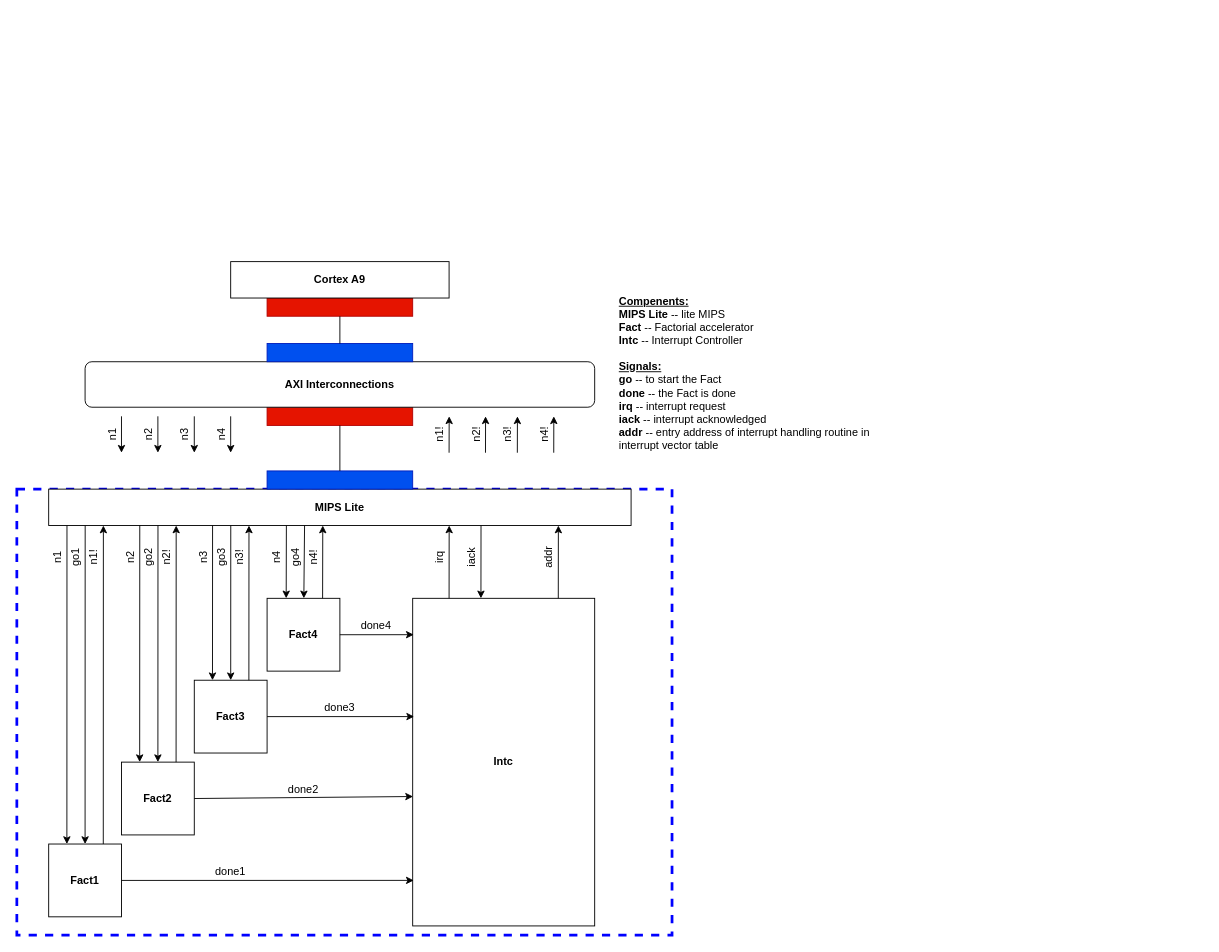
Before: page "Top Level Block Diagram (4 FACT)" (1 of 5) of CMPE297-1_Group3_BlockDiagram.drawio in teilairwin/CMPE_297-1_CourseProject, a draw.io diagram. Source tidied: cells renumbered, new cells numbered last; positions are measured from the earlier drawing's top-left corner, leaving out a move shared by most shapes. Both pictures are drawn from the tidied source at 91%, with x=0, y=0 at pixel (16, 261).
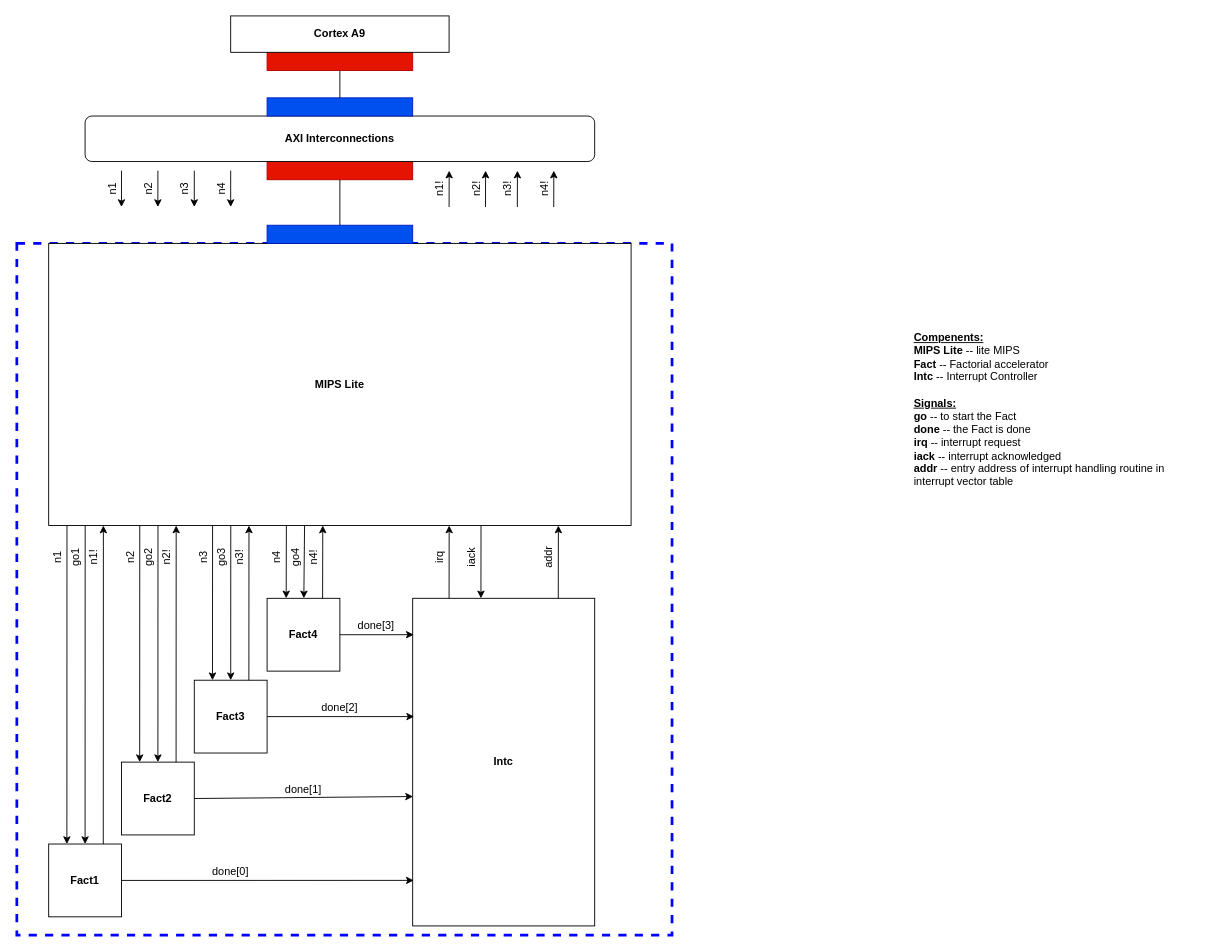
After the change.

Diff of the diagram source:
```diff
@@
     <mxCell id="2" style="rounded=0;whiteSpace=wrap;html=1;dashed=1;strokeColor=#0000FF;strokeWidth=3;" parent="1" vertex="1">
-      <mxGeometry y="250" width="720" height="490" as="geometry" />
+      <mxGeometry y="-20" width="720" height="760" as="geometry" />
     </mxCell>
     <mxCell id="3" value="MIPS Lite" style="rounded=0;whiteSpace=wrap;html=1;fontStyle=1;" parent="1" vertex="1">
-      <mxGeometry x="35" y="250" width="640" height="40" as="geometry" />
+      <mxGeometry x="35" y="-20" width="640" height="310" as="geometry" />
     </mxCell>
@@
     <mxCell id="11" style="rounded=0;whiteSpace=wrap;html=1;fillColor=#0050ef;strokeColor=#001DBC;fontColor=#ffffff;" parent="1" vertex="1">
-      <mxGeometry x="275" y="230" width="160" height="20" as="geometry" />
+      <mxGeometry x="275" y="-40" width="160" height="20" as="geometry" />
     </mxCell>
     <mxCell id="12" style="rounded=0;whiteSpace=wrap;html=1;fillColor=#e51400;strokeColor=#B20000;fontColor=#ffffff;" parent="1" vertex="1">
-      <mxGeometry x="275" y="160" width="160" height="20" as="geometry" />
+      <mxGeometry x="275" y="-110" width="160" height="20" as="geometry" />
     </mxCell>
@@
-    <mxCell id="18" value="done1" style="text;html=1;strokeColor=none;fillColor=none;align=center;verticalAlign=middle;whiteSpace=wrap;rounded=0;rotation=0;" parent="1" vertex="1">
+    <mxCell id="18" value="done[0]" style="text;html=1;strokeColor=none;fillColor=none;align=center;verticalAlign=middle;whiteSpace=wrap;rounded=0;rotation=0;" parent="1" vertex="1">
       <mxGeometry x="215" y="660" width="40" height="20" as="geometry" />
     </mxCell>
     <mxCell id="19" value="AXI Interconnections" style="rounded=1;whiteSpace=wrap;html=1;fontStyle=1;" parent="1" vertex="1">
-      <mxGeometry x="75" y="110" width="560" height="50" as="geometry" />
+      <mxGeometry x="75" y="-160" width="560" height="50" as="geometry" />
     </mxCell>
@@
     <mxCell id="21" style="rounded=0;whiteSpace=wrap;html=1;fillColor=#0050ef;strokeColor=#001DBC;fontColor=#ffffff;" parent="1" vertex="1">
-      <mxGeometry x="275" y="90" width="160" height="20" as="geometry" />
+      <mxGeometry x="275" y="-180" width="160" height="20" as="geometry" />
     </mxCell>
     <mxCell id="22" style="rounded=0;whiteSpace=wrap;html=1;fillColor=#e51400;strokeColor=#B20000;fontColor=#ffffff;" parent="1" vertex="1">
-      <mxGeometry x="275" y="40" width="160" height="20" as="geometry" />
+      <mxGeometry x="275" y="-230" width="160" height="20" as="geometry" />
     </mxCell>
@@
     <mxCell id="24" value="Cortex A9" style="rounded=0;whiteSpace=wrap;html=1;fontStyle=1;" parent="1" vertex="1">
-      <mxGeometry x="235" width="240" height="40" as="geometry" />
+      <mxGeometry x="235" y="-270" width="240" height="40" as="geometry" />
     </mxCell>
     <mxCell id="25" style="endArrow=classic;html=1;exitX=1;exitY=1;exitDx=0;exitDy=0;" parent="1" edge="1" source="26">
       <mxGeometry relative="1" as="geometry">
-        <mxPoint x="115" y="210" as="targetPoint" />
+        <mxPoint x="115" y="-60" as="targetPoint" />
       </mxGeometry>
     </mxCell>
     <mxCell id="26" value="n1" style="text;html=1;strokeColor=none;fillColor=none;align=center;verticalAlign=middle;whiteSpace=wrap;rounded=0;rotation=-90;" parent="1" vertex="1">
-      <mxGeometry x="85" y="180" width="40" height="20" as="geometry" />
+      <mxGeometry x="85" y="-90" width="40" height="20" as="geometry" />
     </mxCell>
     <mxCell id="27" style="endArrow=classic;html=1;entryX=0.214;entryY=0;entryDx=0;entryDy=0;entryPerimeter=0;exitX=0;exitY=1;exitDx=0;exitDy=0;" parent="1" edge="1" source="28">
       <mxGeometry relative="1" as="geometry">
-        <mxPoint x="475.1" y="170" as="targetPoint" />
+        <mxPoint x="475.1" y="-100" as="targetPoint" />
       </mxGeometry>
     </mxCell>
     <mxCell id="28" value="n1!" style="text;html=1;strokeColor=none;fillColor=none;align=center;verticalAlign=middle;whiteSpace=wrap;rounded=0;rotation=-90;" parent="1" vertex="1">
-      <mxGeometry x="445" y="180" width="40" height="20" as="geometry" />
+      <mxGeometry x="445" y="-90" width="40" height="20" as="geometry" />
     </mxCell>
     <mxCell id="29" value="&lt;b&gt;&lt;u&gt;Compenents:&lt;/u&gt;&lt;/b&gt;&lt;br&gt;&lt;b&gt;MIPS Lite&lt;/b&gt; -- lite MIPS&lt;br&gt;&lt;b&gt;Fact&lt;/b&gt; -- Factorial accelerator&lt;br&gt;&lt;b&gt;Intc&lt;/b&gt; -- Interrupt Controller&lt;br&gt;&lt;br&gt;&lt;b&gt;&lt;u&gt;Signals:&lt;/u&gt;&lt;/b&gt;&lt;br&gt;&lt;b&gt;go&lt;/b&gt; -- to start the Fact&lt;br&gt;&lt;b&gt;done&lt;/b&gt; -- the Fact is done&lt;br&gt;&lt;b&gt;irq&lt;/b&gt; -- interrupt request&lt;br&gt;&lt;b&gt;iack&lt;/b&gt; -- interrupt acknowledged&lt;br&gt;&lt;b&gt;addr&lt;/b&gt; -- entry address of interrupt handling routine in interrupt vector table" style="text;html=1;strokeColor=none;fillColor=none;align=left;verticalAlign=top;whiteSpace=wrap;rounded=0;dashed=1;" parent="1" vertex="1">
-      <mxGeometry x="660" y="30" width="320" height="190" as="geometry" />
+      <mxGeometry x="984" y="70" width="320" height="190" as="geometry" />
     </mxCell>
@@
-    <mxCell id="35" value="done2" style="text;html=1;strokeColor=none;fillColor=none;align=center;verticalAlign=middle;whiteSpace=wrap;rounded=0;rotation=0;" parent="1" vertex="1">
+    <mxCell id="35" value="done[1]" style="text;html=1;strokeColor=none;fillColor=none;align=center;verticalAlign=middle;whiteSpace=wrap;rounded=0;rotation=0;" parent="1" vertex="1">
       <mxGeometry x="295" y="570" width="40" height="20" as="geometry" />
     </mxCell>
@@
-    <mxCell id="37" value="done3" style="text;html=1;strokeColor=none;fillColor=none;align=center;verticalAlign=middle;whiteSpace=wrap;rounded=0;rotation=0;" parent="1" vertex="1">
+    <mxCell id="37" value="done[2]" style="text;html=1;strokeColor=none;fillColor=none;align=center;verticalAlign=middle;whiteSpace=wrap;rounded=0;rotation=0;" parent="1" vertex="1">
       <mxGeometry x="335" y="480" width="40" height="20" as="geometry" />
     </mxCell>
@@
-    <mxCell id="39" value="done4" style="text;html=1;strokeColor=none;fillColor=none;align=center;verticalAlign=middle;whiteSpace=wrap;rounded=0;rotation=0;" parent="1" vertex="1">
+    <mxCell id="39" value="done[3]" style="text;html=1;strokeColor=none;fillColor=none;align=center;verticalAlign=middle;whiteSpace=wrap;rounded=0;rotation=0;" parent="1" vertex="1">
       <mxGeometry x="375" y="390" width="40" height="20" as="geometry" />
     </mxCell>
@@
     <mxCell id="58" style="endArrow=classic;html=1;exitX=1;exitY=1;exitDx=0;exitDy=0;" parent="1" edge="1" source="59">
       <mxGeometry relative="1" as="geometry">
-        <mxPoint x="155" y="210" as="targetPoint" />
+        <mxPoint x="155" y="-60" as="targetPoint" />
       </mxGeometry>
     </mxCell>
     <mxCell id="59" value="n2" style="text;html=1;strokeColor=none;fillColor=none;align=center;verticalAlign=middle;whiteSpace=wrap;rounded=0;rotation=-90;" parent="1" vertex="1">
-      <mxGeometry x="125" y="180" width="40" height="20" as="geometry" />
+      <mxGeometry x="125" y="-90" width="40" height="20" as="geometry" />
     </mxCell>
     <mxCell id="60" style="endArrow=classic;html=1;exitX=1;exitY=1;exitDx=0;exitDy=0;" parent="1" edge="1" source="61">
       <mxGeometry relative="1" as="geometry">
-        <mxPoint x="195" y="210" as="targetPoint" />
+        <mxPoint x="195" y="-60" as="targetPoint" />
       </mxGeometry>
     </mxCell>
     <mxCell id="61" value="n3" style="text;html=1;strokeColor=none;fillColor=none;align=center;verticalAlign=middle;whiteSpace=wrap;rounded=0;rotation=-90;" parent="1" vertex="1">
-      <mxGeometry x="165" y="180" width="40" height="20" as="geometry" />
+      <mxGeometry x="165" y="-90" width="40" height="20" as="geometry" />
     </mxCell>
     <mxCell id="62" style="endArrow=classic;html=1;exitX=1;exitY=1;exitDx=0;exitDy=0;" parent="1" edge="1" source="63">
       <mxGeometry relative="1" as="geometry">
-        <mxPoint x="235" y="210" as="targetPoint" />
+        <mxPoint x="235" y="-60" as="targetPoint" />
       </mxGeometry>
     </mxCell>
     <mxCell id="63" value="n4" style="text;html=1;strokeColor=none;fillColor=none;align=center;verticalAlign=middle;whiteSpace=wrap;rounded=0;rotation=-90;" parent="1" vertex="1">
-      <mxGeometry x="205" y="180" width="40" height="20" as="geometry" />
+      <mxGeometry x="205" y="-90" width="40" height="20" as="geometry" />
     </mxCell>
     <mxCell id="64" style="endArrow=classic;html=1;entryX=0.214;entryY=0;entryDx=0;entryDy=0;entryPerimeter=0;exitX=0;exitY=1;exitDx=0;exitDy=0;" parent="1" edge="1" source="65">
       <mxGeometry relative="1" as="geometry">
-        <mxPoint x="515.1" y="170" as="targetPoint" />
+        <mxPoint x="515.1" y="-100" as="targetPoint" />
       </mxGeometry>
     </mxCell>
     <mxCell id="65" value="n2!" style="text;html=1;strokeColor=none;fillColor=none;align=center;verticalAlign=middle;whiteSpace=wrap;rounded=0;rotation=-90;" parent="1" vertex="1">
-      <mxGeometry x="485" y="180" width="40" height="20" as="geometry" />
+      <mxGeometry x="485" y="-90" width="40" height="20" as="geometry" />
     </mxCell>
     <mxCell id="66" style="endArrow=classic;html=1;entryX=0.214;entryY=0;entryDx=0;entryDy=0;entryPerimeter=0;exitX=0;exitY=1;exitDx=0;exitDy=0;" parent="1" edge="1" source="67">
       <mxGeometry relative="1" as="geometry">
-        <mxPoint x="550.1" y="170" as="targetPoint" />
+        <mxPoint x="550.1" y="-100" as="targetPoint" />
       </mxGeometry>
     </mxCell>
     <mxCell id="67" value="n3!" style="text;html=1;strokeColor=none;fillColor=none;align=center;verticalAlign=middle;whiteSpace=wrap;rounded=0;rotation=-90;" parent="1" vertex="1">
-      <mxGeometry x="520" y="180" width="40" height="20" as="geometry" />
+      <mxGeometry x="520" y="-90" width="40" height="20" as="geometry" />
     </mxCell>
     <mxCell id="68" style="endArrow=classic;html=1;entryX=0.214;entryY=0;entryDx=0;entryDy=0;entryPerimeter=0;exitX=0;exitY=1;exitDx=0;exitDy=0;" parent="1" edge="1" source="69">
       <mxGeometry relative="1" as="geometry">
-        <mxPoint x="590.1" y="170" as="targetPoint" />
+        <mxPoint x="590.1" y="-100" as="targetPoint" />
       </mxGeometry>
     </mxCell>
     <mxCell id="69" value="n4!" style="text;html=1;strokeColor=none;fillColor=none;align=center;verticalAlign=middle;whiteSpace=wrap;rounded=0;rotation=-90;" parent="1" vertex="1">
-      <mxGeometry x="560" y="180" width="40" height="20" as="geometry" />
+      <mxGeometry x="560" y="-90" width="40" height="20" as="geometry" />
     </mxCell>
```
